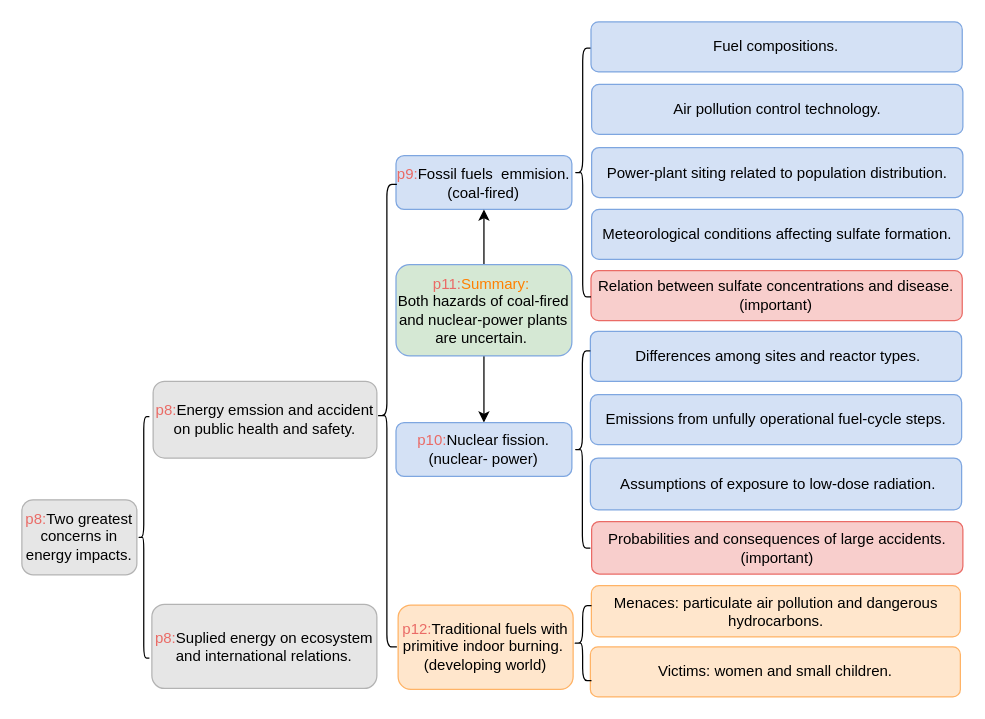
The draw.io diagram mindmap.drawio in limengzhu3211/draw, before the edit. Source tidied: cells renumbered, new cells numbered last; positions are measured from the earlier drawing's top-left corner, leaving out a move shared by most shapes. Both pictures are drawn from the tidied source at 125%, with x=0, y=0 at pixel (21, 21).
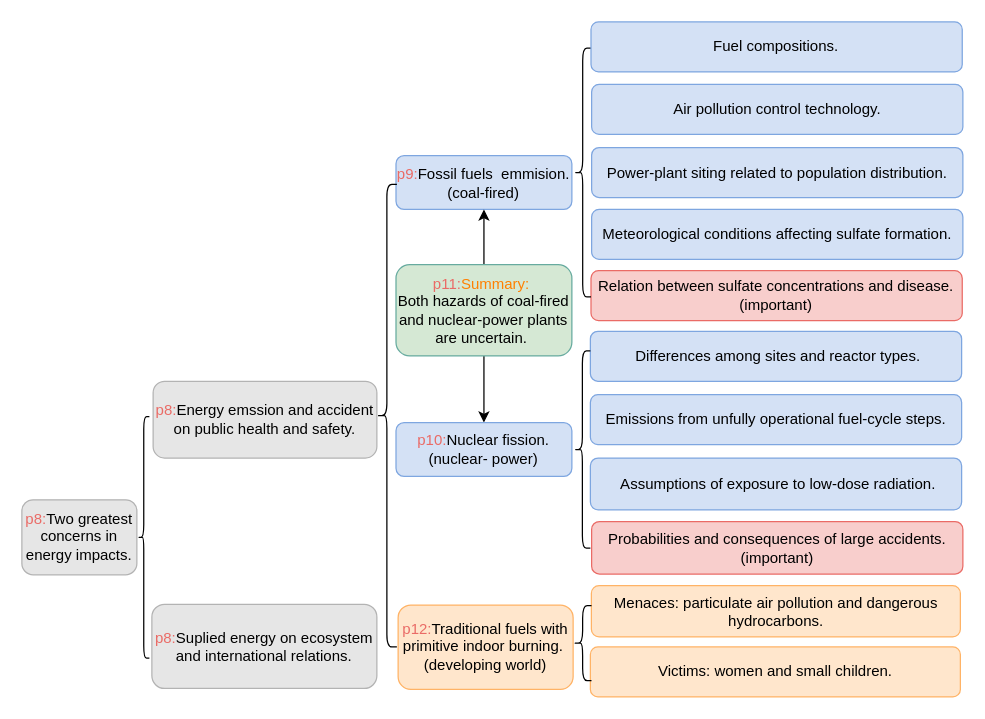
Above is the later version.

Change to the diagram source:
```diff
@@
-    <mxCell id="25" value="&lt;span style=&quot;font-family: &amp;#34;helvetica&amp;#34;&quot;&gt;&lt;font color=&quot;#ea6b66&quot;&gt;p11:&lt;/font&gt;&lt;font color=&quot;#ff8000&quot;&gt;Summary:&lt;/font&gt;&amp;nbsp;&lt;br&gt;&lt;/span&gt;&lt;span style=&quot;font-family: &amp;#34;helvetica&amp;#34;&quot;&gt;Both&amp;nbsp;&lt;/span&gt;&lt;span style=&quot;font-family: &amp;#34;helvetica&amp;#34;&quot;&gt;hazards of coal-fired and nuclear-power plants are uncertain.&amp;nbsp;&lt;/span&gt;" style="rounded=1;whiteSpace=wrap;html=1;fillColor=#D5E8D4;strokeColor=#7EA6E0;" parent="1" vertex="1">
+    <mxCell id="25" value="&lt;span style=&quot;font-family: &amp;#34;helvetica&amp;#34;&quot;&gt;&lt;font color=&quot;#ea6b66&quot;&gt;p11:&lt;/font&gt;&lt;font color=&quot;#ff8000&quot;&gt;Summary:&lt;/font&gt;&amp;nbsp;&lt;br&gt;&lt;/span&gt;&lt;span style=&quot;font-family: &amp;#34;helvetica&amp;#34;&quot;&gt;Both&amp;nbsp;&lt;/span&gt;&lt;span style=&quot;font-family: &amp;#34;helvetica&amp;#34;&quot;&gt;hazards of coal-fired and nuclear-power plants are uncertain.&amp;nbsp;&lt;/span&gt;" style="rounded=1;whiteSpace=wrap;html=1;fillColor=#D5E8D4;strokeColor=#67AB9F;" parent="1" vertex="1">
       <mxGeometry x="299.3" y="194.2" width="140.7" height="73" as="geometry" />
     </mxCell>
```
